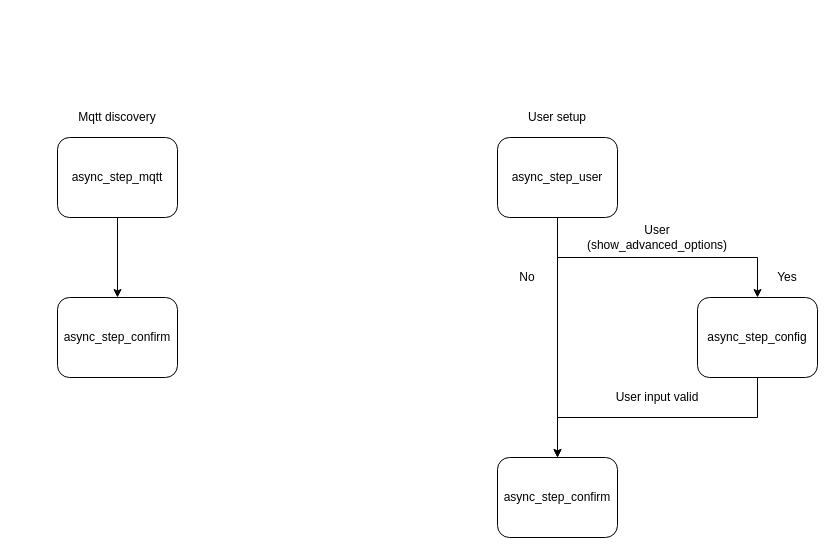
Before: page "config_flow" (2 of 2) of schemas/HomeAssistant_cdem.drawio in vives-project-xp/low-voltage-UPS, a draw.io diagram. Source tidied: cells renumbered, new cells numbered last; positions are measured from the earlier drawing's top-left corner, leaving out a move shared by most shapes. Both pictures are drawn from the tidied source at 100%, with x=0, y=0 at pixel (57, 97).
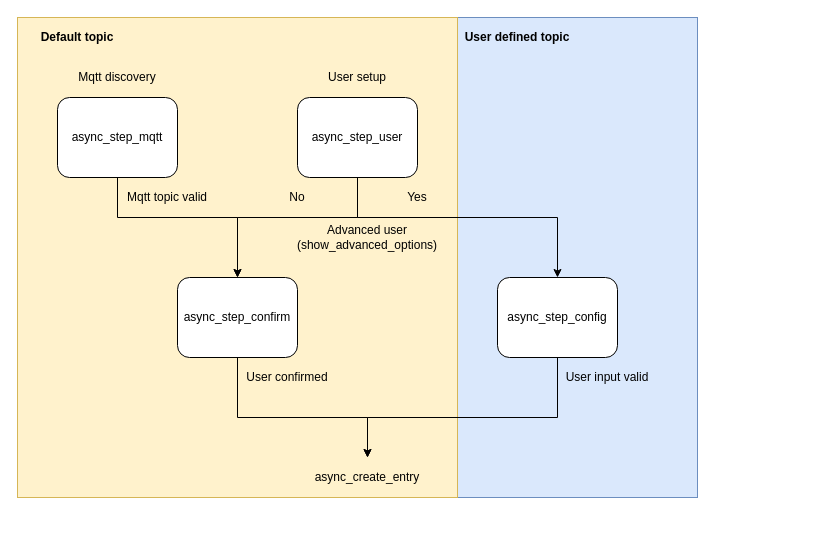
Above is the later version.

Change to the diagram source:
```diff
@@
+    <mxCell id="17" style="rounded=0;whiteSpace=wrap;html=1;fillColor=#dae8fc;strokeColor=#6c8ebf;" parent="1" vertex="1">
+      <mxGeometry x="400" y="-80" width="240" height="480" as="geometry" />
+    </mxCell>
+    <mxCell id="18" style="rounded=0;whiteSpace=wrap;html=1;fillColor=#fff2cc;strokeColor=#d6b656;" parent="1" vertex="1">
+      <mxGeometry x="-40" y="-80" width="440" height="480" as="geometry" />
+    </mxCell>
-    <mxCell id="2" style="edgeStyle=orthogonalEdgeStyle;rounded=0;jettySize=auto;html=1;exitX=0.5;exitY=1;exitDx=0;exitDy=0;entryX=0.5;entryY=0;entryDx=0;entryDy=0;" parent="1" edge="1" source="3" target="9">
-      <mxGeometry relative="1" as="geometry" />
+    <mxCell id="2" style="edgeStyle=orthogonalEdgeStyle;rounded=0;jettySize=auto;html=1;exitX=0.5;exitY=1;exitDx=0;exitDy=0;entryX=0.5;entryY=0;entryDx=0;entryDy=0;" parent="1" edge="1" source="3" target="10">
+      <mxGeometry relative="1" as="geometry">
+        <Array as="points">
+          <mxPoint x="60" y="120" />
+          <mxPoint x="180" y="120" />
+        </Array>
+      </mxGeometry>
     </mxCell>
     <mxCell id="3" value="async_step_mqtt" style="rounded=1;whiteSpace=wrap;html=1;" parent="1" vertex="1">
-      <mxGeometry y="40" width="120" height="80" as="geometry" />
+      <mxGeometry width="120" height="80" as="geometry" />
     </mxCell>
     <mxCell id="4" value="Mqtt discovery" style="text;html=1;strokeColor=none;fillColor=none;align=center;verticalAlign=middle;whiteSpace=wrap;rounded=0;" parent="1" vertex="1">
-      <mxGeometry width="120" height="40" as="geometry" />
+      <mxGeometry y="-40" width="120" height="40" as="geometry" />
     </mxCell>
     <mxCell id="5" style="edgeStyle=orthogonalEdgeStyle;rounded=0;jettySize=auto;html=1;exitX=0.5;exitY=1;exitDx=0;exitDy=0;entryX=0.5;entryY=0;entryDx=0;entryDy=0;" parent="1" edge="1" source="7" target="10">
-      <mxGeometry relative="1" as="geometry" />
+      <mxGeometry relative="1" as="geometry">
+        <Array as="points">
+          <mxPoint x="300" y="120" />
+          <mxPoint x="180" y="120" />
+        </Array>
+      </mxGeometry>
     </mxCell>
     <mxCell id="6" style="edgeStyle=orthogonalEdgeStyle;rounded=0;jettySize=auto;html=1;exitX=0.5;exitY=1;exitDx=0;exitDy=0;entryX=0.5;entryY=0;entryDx=0;entryDy=0;" parent="1" edge="1" source="7" target="12">
-      <mxGeometry relative="1" as="geometry" />
+      <mxGeometry relative="1" as="geometry">
+        <Array as="points">
+          <mxPoint x="300" y="120" />
+          <mxPoint x="500" y="120" />
+        </Array>
+      </mxGeometry>
     </mxCell>
     <mxCell id="7" value="async_step_user" style="rounded=1;whiteSpace=wrap;html=1;" parent="1" vertex="1">
-      <mxGeometry x="440" y="40" width="120" height="80" as="geometry" />
+      <mxGeometry x="240" width="120" height="80" as="geometry" />
     </mxCell>
     <mxCell id="8" value="User setup" style="text;html=1;strokeColor=none;fillColor=none;align=center;verticalAlign=middle;whiteSpace=wrap;rounded=0;" parent="1" vertex="1">
-      <mxGeometry x="440" width="120" height="40" as="geometry" />
+      <mxGeometry x="240" y="-40" width="120" height="40" as="geometry" />
     </mxCell>
-    <mxCell id="9" value="async_step_confirm" style="rounded=1;whiteSpace=wrap;html=1;" parent="1" vertex="1">
-      <mxGeometry y="200" width="120" height="80" as="geometry" />
-    </mxCell>
+    <mxCell id="19" style="edgeStyle=orthogonalEdgeStyle;rounded=0;jettySize=auto;html=1;exitX=0.5;exitY=1;exitDx=0;exitDy=0;entryX=0.5;entryY=0;entryDx=0;entryDy=0;" parent="1" edge="1" source="10" target="21">
+      <mxGeometry relative="1" as="geometry">
+        <Array as="points">
+          <mxPoint x="180" y="320" />
+          <mxPoint x="310" y="320" />
+        </Array>
+      </mxGeometry>
+    </mxCell>
     <mxCell id="10" value="async_step_confirm" style="rounded=1;whiteSpace=wrap;html=1;" parent="1" vertex="1">
-      <mxGeometry x="440" y="360" width="120" height="80" as="geometry" />
+      <mxGeometry x="120" y="180" width="120" height="80" as="geometry" />
     </mxCell>
-    <mxCell id="11" style="edgeStyle=orthogonalEdgeStyle;rounded=0;jettySize=auto;html=1;exitX=0.5;exitY=1;exitDx=0;exitDy=0;entryX=0.5;entryY=0;entryDx=0;entryDy=0;" parent="1" edge="1" source="12" target="10">
-      <mxGeometry relative="1" as="geometry" />
-    </mxCell>
+    <mxCell id="20" style="edgeStyle=orthogonalEdgeStyle;rounded=0;jettySize=auto;html=1;exitX=0.5;exitY=1;exitDx=0;exitDy=0;entryX=0.5;entryY=0;entryDx=0;entryDy=0;" parent="1" edge="1" source="12" target="21">
+      <mxGeometry relative="1" as="geometry">
+        <Array as="points">
+          <mxPoint x="500" y="320" />
+          <mxPoint x="310" y="320" />
+        </Array>
+      </mxGeometry>
+    </mxCell>
     <mxCell id="12" value="async_step_config" style="rounded=1;whiteSpace=wrap;html=1;" parent="1" vertex="1">
-      <mxGeometry x="640" y="200" width="120" height="80" as="geometry" />
+      <mxGeometry x="440" y="180" width="120" height="80" as="geometry" />
     </mxCell>
-    <mxCell id="13" value="User (show_advanced_options)" style="text;html=1;strokeColor=none;fillColor=none;align=center;verticalAlign=middle;whiteSpace=wrap;rounded=0;" parent="1" vertex="1">
-      <mxGeometry x="520" y="120" width="160" height="40" as="geometry" />
+    <mxCell id="13" value="Advanced user (show_advanced_options)" style="text;html=1;strokeColor=none;fillColor=none;align=center;verticalAlign=middle;whiteSpace=wrap;rounded=0;" parent="1" vertex="1">
+      <mxGeometry x="230" y="120" width="160" height="40" as="geometry" />
     </mxCell>
     <mxCell id="14" value="Yes" style="text;html=1;strokeColor=none;fillColor=none;align=center;verticalAlign=middle;whiteSpace=wrap;rounded=0;" parent="1" vertex="1">
-      <mxGeometry x="700" y="160" width="60" height="40" as="geometry" />
+      <mxGeometry x="330" y="80" width="60" height="40" as="geometry" />
     </mxCell>
     <mxCell id="15" value="No" style="text;html=1;strokeColor=none;fillColor=none;align=center;verticalAlign=middle;whiteSpace=wrap;rounded=0;" parent="1" vertex="1">
-      <mxGeometry x="440" y="160" width="60" height="40" as="geometry" />
+      <mxGeometry x="210" y="80" width="60" height="40" as="geometry" />
     </mxCell>
     <mxCell id="16" value="User input valid" style="text;html=1;strokeColor=none;fillColor=none;align=center;verticalAlign=middle;whiteSpace=wrap;rounded=0;" parent="1" vertex="1">
-      <mxGeometry x="520" y="280" width="160" height="40" as="geometry" />
+      <mxGeometry x="500" y="260" width="100" height="40" as="geometry" />
     </mxCell>
+    <mxCell id="21" value="async_create_entry" style="text;html=1;strokeColor=none;fillColor=none;align=center;verticalAlign=middle;whiteSpace=wrap;rounded=0;" parent="1" vertex="1">
+      <mxGeometry x="250" y="360" width="120" height="40" as="geometry" />
+    </mxCell>
+    <mxCell id="22" value="User confirmed" style="text;html=1;strokeColor=none;fillColor=none;align=center;verticalAlign=middle;whiteSpace=wrap;rounded=0;" parent="1" vertex="1">
+      <mxGeometry x="180" y="260" width="100" height="40" as="geometry" />
+    </mxCell>
+    <mxCell id="23" value="Mqtt topic valid" style="text;html=1;strokeColor=none;fillColor=none;align=center;verticalAlign=middle;whiteSpace=wrap;rounded=0;" parent="1" vertex="1">
+      <mxGeometry x="60" y="80" width="100" height="40" as="geometry" />
+    </mxCell>
+    <mxCell id="24" value="&lt;b&gt;Default topic&lt;/b&gt;" style="text;html=1;strokeColor=none;fillColor=none;align=center;verticalAlign=middle;whiteSpace=wrap;rounded=0;" parent="1" vertex="1">
+      <mxGeometry x="-40" y="-80" width="120" height="40" as="geometry" />
+    </mxCell>
+    <mxCell id="25" value="User defined topic" style="text;html=1;strokeColor=none;fillColor=none;align=center;verticalAlign=middle;whiteSpace=wrap;rounded=0;fontStyle=1;" parent="1" vertex="1">
+      <mxGeometry x="400" y="-80" width="120" height="40" as="geometry" />
+    </mxCell>
```
